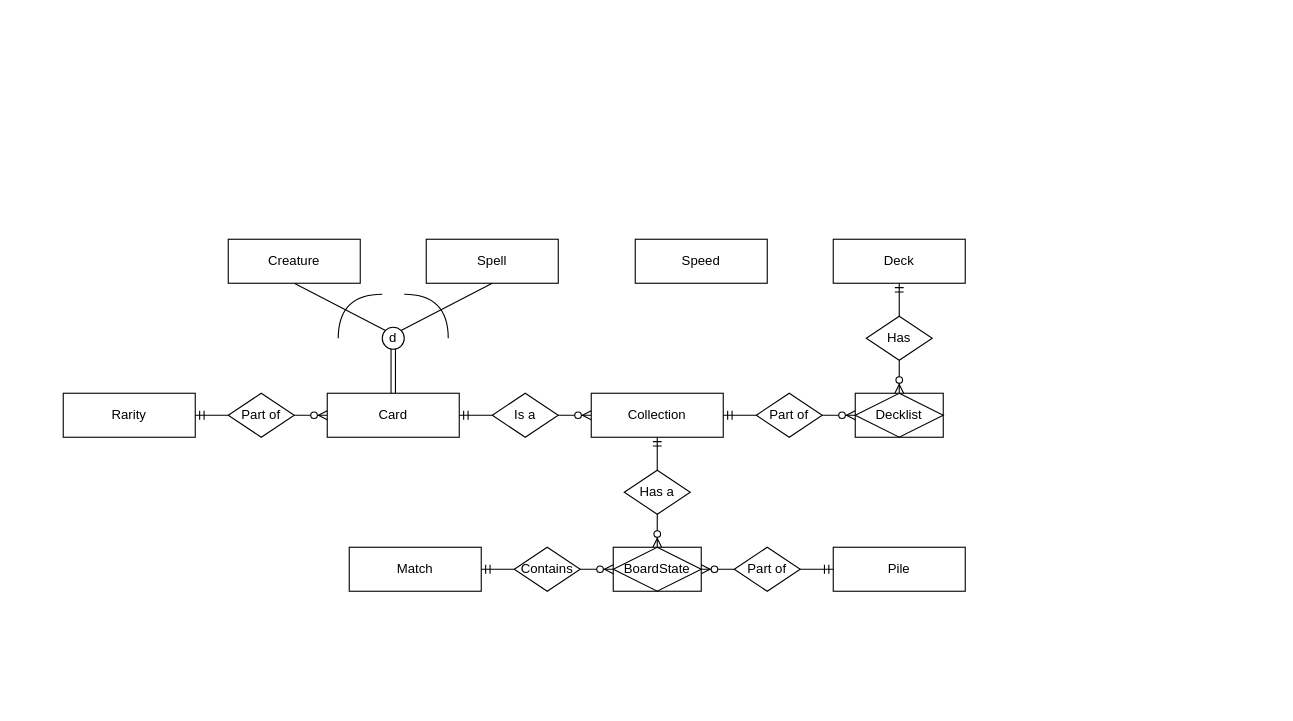
Earlier version of the draw.io diagram Database/ER Diagram.drawio (ZijunZheng/SPU_CSC3220_W25_T0). Source tidied: cells renumbered, new cells numbered last; positions are measured from the earlier drawing's top-left corner, leaving out a move shared by most shapes. Both pictures are drawn from the tidied source at 110%, with x=0, y=0 at pixel (63, 239).
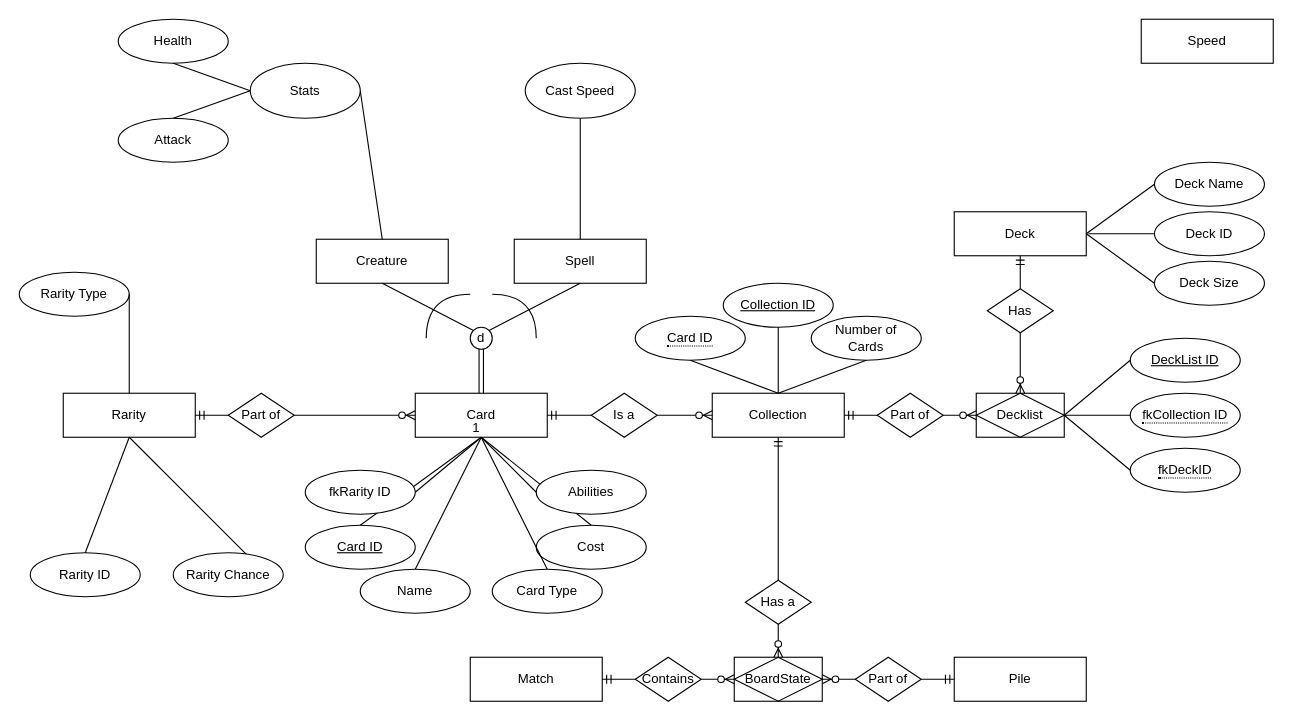
The same diagram, later.

Unchanged cells that the change refers to:
```xml
<mxCell id="7" value="Rarity" style="whiteSpace=wrap;html=1;align=center;" parent="1" vertex="1">
  <mxGeometry y="140" width="120" height="40" as="geometry" />
</mxCell>
```

The edit, as a diff of the source:
```diff
@@
     <mxCell id="2" value="Collection" style="whiteSpace=wrap;html=1;align=center;" parent="1" vertex="1">
-      <mxGeometry x="480" y="140" width="120" height="40" as="geometry" />
+      <mxGeometry x="590" y="140" width="120" height="40" as="geometry" />
     </mxCell>
     <mxCell id="3" value="BoardState" style="shape=associativeEntity;whiteSpace=wrap;html=1;align=center;" parent="1" vertex="1">
-      <mxGeometry x="500" y="280" width="80" height="40" as="geometry" />
+      <mxGeometry x="610" y="380" width="80" height="40" as="geometry" />
     </mxCell>
     <mxCell id="4" value="Card" style="whiteSpace=wrap;html=1;align=center;" parent="1" vertex="1">
-      <mxGeometry x="240" y="140" width="120" height="40" as="geometry" />
+      <mxGeometry x="320" y="140" width="120" height="40" as="geometry" />
     </mxCell>
     <mxCell id="5" value="Deck" style="whiteSpace=wrap;html=1;align=center;" parent="1" vertex="1">
-      <mxGeometry x="700" width="120" height="40" as="geometry" />
+      <mxGeometry x="810" y="-25" width="120" height="40" as="geometry" />
     </mxCell>
     <mxCell id="6" value="Pile" style="whiteSpace=wrap;html=1;align=center;" parent="1" vertex="1">
-      <mxGeometry x="700" y="280" width="120" height="40" as="geometry" />
+      <mxGeometry x="810" y="380" width="120" height="40" as="geometry" />
     </mxCell>
@@
     <mxCell id="8" value="Decklist" style="shape=associativeEntity;whiteSpace=wrap;html=1;align=center;" parent="1" vertex="1">
-      <mxGeometry x="720" y="140" width="80" height="40" as="geometry" />
+      <mxGeometry x="830" y="140" width="80" height="40" as="geometry" />
     </mxCell>
     <mxCell id="9" value="Match" style="whiteSpace=wrap;html=1;align=center;" parent="1" vertex="1">
-      <mxGeometry x="260" y="280" width="120" height="40" as="geometry" />
+      <mxGeometry x="370" y="380" width="120" height="40" as="geometry" />
     </mxCell>
     <mxCell id="10" value="Part of" style="shape=rhombus;perimeter=rhombusPerimeter;whiteSpace=wrap;html=1;align=center;" parent="1" vertex="1">
-      <mxGeometry x="630" y="140" width="60" height="40" as="geometry" />
+      <mxGeometry x="740" y="140" width="60" height="40" as="geometry" />
     </mxCell>
@@
     <mxCell id="12" value="Has" style="shape=rhombus;perimeter=rhombusPerimeter;whiteSpace=wrap;html=1;align=center;" parent="1" vertex="1">
-      <mxGeometry x="730" y="70" width="60" height="40" as="geometry" />
+      <mxGeometry x="840" y="45" width="60" height="40" as="geometry" />
     </mxCell>
@@
     <mxCell id="14" value="Contains" style="shape=rhombus;perimeter=rhombusPerimeter;whiteSpace=wrap;html=1;align=center;" parent="1" vertex="1">
-      <mxGeometry x="410" y="280" width="60" height="40" as="geometry" />
+      <mxGeometry x="520" y="380" width="60" height="40" as="geometry" />
     </mxCell>
     <mxCell id="15" value="Part of" style="shape=rhombus;perimeter=rhombusPerimeter;whiteSpace=wrap;html=1;align=center;" parent="1" vertex="1">
-      <mxGeometry x="610" y="280" width="60" height="40" as="geometry" />
+      <mxGeometry x="720" y="380" width="60" height="40" as="geometry" />
     </mxCell>
     <mxCell id="16" value="Has a" style="shape=rhombus;perimeter=rhombusPerimeter;whiteSpace=wrap;html=1;align=center;" parent="1" vertex="1">
-      <mxGeometry x="510" y="210" width="60" height="40" as="geometry" />
+      <mxGeometry x="620" y="310" width="60" height="40" as="geometry" />
     </mxCell>
     <mxCell id="17" style="fontSize=12;html=1;endArrow=ERzeroToMany;endFill=1;rounded=0;exitX=0;exitY=0.5;exitDx=0;exitDy=0;" parent="1" edge="1" source="15">
       <mxGeometry relative="1" as="geometry">
-        <mxPoint x="580" y="300" as="targetPoint" />
+        <mxPoint x="690" y="400" as="targetPoint" />
       </mxGeometry>
     </mxCell>
@@
     <mxCell id="19" style="edgeStyle=entityRelationEdgeStyle;fontSize=12;html=1;endArrow=ERzeroToMany;endFill=1;rounded=0;entryX=0;entryY=0.5;entryDx=0;entryDy=0;exitX=1;exitY=0.5;exitDx=0;exitDy=0;endSize=6;jumpSize=5;strokeColor=default;arcSize=10;" parent="1" edge="1" source="14" target="3">
       <mxGeometry relative="1" as="geometry">
         <Array as="points">
-          <mxPoint x="430" y="300" />
+          <mxPoint x="540" y="400" />
         </Array>
       </mxGeometry>
     </mxCell>
@@
     <mxCell id="26" value="Is a" style="shape=rhombus;perimeter=rhombusPerimeter;whiteSpace=wrap;html=1;align=center;" parent="1" vertex="1">
-      <mxGeometry x="390" y="140" width="60" height="40" as="geometry" />
+      <mxGeometry x="480" y="140" width="60" height="40" as="geometry" />
     </mxCell>
@@
     <mxCell id="31" value="Spell" style="whiteSpace=wrap;html=1;align=center;" parent="1" vertex="1">
-      <mxGeometry x="330" width="120" height="40" as="geometry" />
+      <mxGeometry x="410" width="120" height="40" as="geometry" />
     </mxCell>
     <mxCell id="32" value="Creature" style="whiteSpace=wrap;html=1;align=center;" parent="1" vertex="1">
-      <mxGeometry x="150" width="120" height="40" as="geometry" />
+      <mxGeometry x="230" width="120" height="40" as="geometry" />
     </mxCell>
     <mxCell id="33" value="Speed" style="whiteSpace=wrap;html=1;align=center;" parent="1" vertex="1">
-      <mxGeometry x="520" width="120" height="40" as="geometry" />
+      <mxGeometry x="980" y="-200" width="120" height="40" as="geometry" />
     </mxCell>
     <mxCell id="34" value="d" style="ellipse;whiteSpace=wrap;html=1;align=center;" parent="1" vertex="1">
-      <mxGeometry x="290" y="80" width="20" height="20" as="geometry" />
+      <mxGeometry x="370" y="80" width="20" height="20" as="geometry" />
     </mxCell>
@@
     <mxCell id="38" style="endArrow=none;html=1;rounded=0;edgeStyle=orthogonalEdgeStyle;curved=1;" parent="1" edge="1">
       <mxGeometry relative="1" as="geometry">
-        <mxPoint x="250" y="90" as="sourcePoint" />
-        <mxPoint x="290" y="50" as="targetPoint" />
+        <mxPoint x="330" y="90" as="sourcePoint" />
+        <mxPoint x="370" y="50" as="targetPoint" />
         <Array as="points">
-          <mxPoint x="250" y="50" />
+          <mxPoint x="330" y="50" />
         </Array>
       </mxGeometry>
     </mxCell>
     <mxCell id="39" style="endArrow=none;html=1;rounded=0;edgeStyle=orthogonalEdgeStyle;curved=1;" parent="1" edge="1">
       <mxGeometry relative="1" as="geometry">
-        <mxPoint x="350" y="90" as="sourcePoint" />
-        <mxPoint x="310" y="50" as="targetPoint" />
+        <mxPoint x="430" y="90" as="sourcePoint" />
+        <mxPoint x="390" y="50" as="targetPoint" />
         <Array as="points">
-          <mxPoint x="350" y="50" />
+          <mxPoint x="430" y="50" />
         </Array>
       </mxGeometry>
     </mxCell>
+    <mxCell id="40" style="endArrow=none;html=1;rounded=0;exitX=1;exitY=0.5;exitDx=0;exitDy=0;entryX=0.5;entryY=0;entryDx=0;entryDy=0;" parent="1" edge="1" source="41" target="32">
+      <mxGeometry relative="1" as="geometry" />
+    </mxCell>
+    <mxCell id="41" value="Stats" style="ellipse;whiteSpace=wrap;html=1;align=center;" parent="1" vertex="1">
+      <mxGeometry x="170" y="-160" width="100" height="50" as="geometry" />
+    </mxCell>
+    <mxCell id="42" value="Attack" style="ellipse;whiteSpace=wrap;html=1;align=center;" parent="1" vertex="1">
+      <mxGeometry x="50" y="-110" width="100" height="40" as="geometry" />
+    </mxCell>
+    <mxCell id="43" value="Health" style="ellipse;whiteSpace=wrap;html=1;align=center;" parent="1" vertex="1">
+      <mxGeometry x="50" y="-200" width="100" height="40" as="geometry" />
+    </mxCell>
+    <mxCell id="44" style="endArrow=none;html=1;rounded=0;exitX=0.5;exitY=1;exitDx=0;exitDy=0;entryX=0;entryY=0.5;entryDx=0;entryDy=0;" parent="1" edge="1" source="43" target="41">
+      <mxGeometry relative="1" as="geometry" />
+    </mxCell>
+    <mxCell id="45" style="endArrow=none;html=1;rounded=0;exitX=0.5;exitY=0;exitDx=0;exitDy=0;entryX=0;entryY=0.5;entryDx=0;entryDy=0;" parent="1" edge="1" source="42" target="41">
+      <mxGeometry relative="1" as="geometry" />
+    </mxCell>
+    <mxCell id="46" style="endArrow=none;html=1;rounded=0;entryX=0.5;entryY=1;entryDx=0;entryDy=0;" parent="1" edge="1" source="31" target="47">
+      <mxGeometry relative="1" as="geometry" />
+    </mxCell>
+    <mxCell id="47" value="Cast Speed" style="ellipse;whiteSpace=wrap;html=1;align=center;" parent="1" vertex="1">
+      <mxGeometry x="420" y="-160" width="100" height="50" as="geometry" />
+    </mxCell>
+    <mxCell id="48" style="endArrow=none;html=1;rounded=0;exitX=0.5;exitY=0;exitDx=0;exitDy=0;" parent="1" edge="1">
+      <mxGeometry relative="1" as="geometry">
+        <mxPoint x="185" y="305" as="sourcePoint" />
+        <mxPoint x="60" y="180" as="targetPoint" />
+      </mxGeometry>
+    </mxCell>
+    <mxCell id="49" value="Rarity Type" style="ellipse;whiteSpace=wrap;html=1;align=center;" parent="1" vertex="1">
+      <mxGeometry x="-40" y="30" width="100" height="40" as="geometry" />
+    </mxCell>
+    <mxCell id="50" style="endArrow=none;html=1;rounded=0;exitX=1;exitY=0.5;exitDx=0;exitDy=0;" parent="1" edge="1" source="49">
+      <mxGeometry relative="1" as="geometry">
+        <mxPoint x="60" y="140" as="targetPoint" />
+      </mxGeometry>
+    </mxCell>
+    <mxCell id="51" value="Rarity ID" style="ellipse;whiteSpace=wrap;html=1;align=center;" parent="1" vertex="1">
+      <mxGeometry x="-30" y="285" width="100" height="40" as="geometry" />
+    </mxCell>
+    <mxCell id="52" style="endArrow=none;html=1;rounded=0;entryX=0.5;entryY=1;entryDx=0;entryDy=0;exitX=0.5;exitY=0;exitDx=0;exitDy=0;" parent="1" edge="1" source="51" target="7">
+      <mxGeometry relative="1" as="geometry" />
+    </mxCell>
+    <mxCell id="53" value="Rarity Chance" style="ellipse;whiteSpace=wrap;html=1;align=center;" parent="1" vertex="1">
+      <mxGeometry x="100" y="285" width="100" height="40" as="geometry" />
+    </mxCell>
+    <mxCell id="54" value="Cost" style="ellipse;whiteSpace=wrap;html=1;align=center;" parent="1" vertex="1">
+      <mxGeometry x="430" y="260" width="100" height="40" as="geometry" />
+    </mxCell>
+    <mxCell id="55" value="Name" style="ellipse;whiteSpace=wrap;html=1;align=center;" parent="1" vertex="1">
+      <mxGeometry x="270" y="300" width="100" height="40" as="geometry" />
+    </mxCell>
+    <mxCell id="56" style="endArrow=none;html=1;rounded=0;entryX=0.5;entryY=1;entryDx=0;entryDy=0;exitX=0.5;exitY=0;exitDx=0;exitDy=0;" parent="1" edge="1" source="55" target="4">
+      <mxGeometry relative="1" as="geometry" />
+    </mxCell>
+    <mxCell id="57" value="1" style="html=1;whiteSpace=wrap;align=right;verticalAlign=bottom;" parent="56" vertex="1">
+      <mxGeometry x="1" relative="1" as="geometry" />
+    </mxCell>
+    <mxCell id="58" style="endArrow=none;html=1;rounded=0;entryX=0.5;entryY=1;entryDx=0;entryDy=0;exitX=0.5;exitY=0;exitDx=0;exitDy=0;" parent="1" edge="1" source="54" target="4">
+      <mxGeometry relative="1" as="geometry" />
+    </mxCell>
+    <mxCell id="59" value="Abilities" style="ellipse;whiteSpace=wrap;html=1;align=center;" parent="1" vertex="1">
+      <mxGeometry x="430" y="210" width="100" height="40" as="geometry" />
+    </mxCell>
+    <mxCell id="60" style="endArrow=none;html=1;rounded=0;exitX=0;exitY=0.5;exitDx=0;exitDy=0;entryX=0.5;entryY=1;entryDx=0;entryDy=0;" parent="1" edge="1" source="59" target="4">
+      <mxGeometry relative="1" as="geometry" />
+    </mxCell>
+    <mxCell id="61" value="&lt;u&gt;Card ID&lt;/u&gt;" style="ellipse;whiteSpace=wrap;html=1;align=center;" parent="1" vertex="1">
+      <mxGeometry x="220" y="260" width="100" height="40" as="geometry" />
+    </mxCell>
+    <mxCell id="62" style="endArrow=none;html=1;rounded=0;entryX=0.5;entryY=0;entryDx=0;entryDy=0;exitX=0.5;exitY=1;exitDx=0;exitDy=0;" parent="1" edge="1" source="4" target="61">
+      <mxGeometry relative="1" as="geometry" />
+    </mxCell>
+    <mxCell id="63" value="fkRarity ID" style="ellipse;whiteSpace=wrap;html=1;align=center;" parent="1" vertex="1">
+      <mxGeometry x="220" y="210" width="100" height="40" as="geometry" />
+    </mxCell>
+    <mxCell id="64" style="endArrow=none;html=1;rounded=0;exitX=0.5;exitY=1;exitDx=0;exitDy=0;entryX=1;entryY=0.5;entryDx=0;entryDy=0;" parent="1" edge="1" source="4" target="63">
+      <mxGeometry relative="1" as="geometry" />
+    </mxCell>
+    <mxCell id="65" value="Card Type" style="ellipse;whiteSpace=wrap;html=1;align=center;" parent="1" vertex="1">
+      <mxGeometry x="390" y="300" width="100" height="40" as="geometry" />
+    </mxCell>
+    <mxCell id="66" style="endArrow=none;html=1;rounded=0;exitX=0.5;exitY=1;exitDx=0;exitDy=0;entryX=0.5;entryY=0;entryDx=0;entryDy=0;" parent="1" edge="1" source="4" target="65">
+      <mxGeometry relative="1" as="geometry" />
+    </mxCell>
+    <mxCell id="67" value="Collection ID" style="ellipse;whiteSpace=wrap;html=1;align=center;fontStyle=4;" parent="1" vertex="1">
+      <mxGeometry x="600" y="40" width="100" height="40" as="geometry" />
+    </mxCell>
+    <mxCell id="68" value="&lt;span style=&quot;border-bottom: 1px dotted&quot;&gt;Card ID&lt;/span&gt;" style="ellipse;whiteSpace=wrap;html=1;align=center;" parent="1" vertex="1">
+      <mxGeometry x="520" y="70" width="100" height="40" as="geometry" />
+    </mxCell>
+    <mxCell id="69" value="Number of&lt;div&gt;Cards&lt;/div&gt;" style="ellipse;whiteSpace=wrap;html=1;align=center;" parent="1" vertex="1">
+      <mxGeometry x="680" y="70" width="100" height="40" as="geometry" />
+    </mxCell>
+    <mxCell id="70" style="endArrow=none;html=1;rounded=0;entryX=0.5;entryY=1;entryDx=0;entryDy=0;exitX=0.5;exitY=0;exitDx=0;exitDy=0;" parent="1" edge="1" source="2" target="68">
+      <mxGeometry relative="1" as="geometry" />
+    </mxCell>
+    <mxCell id="71" style="endArrow=none;html=1;rounded=0;exitX=0.5;exitY=1;exitDx=0;exitDy=0;entryX=0.5;entryY=0;entryDx=0;entryDy=0;" parent="1" edge="1" source="69" target="2">
+      <mxGeometry relative="1" as="geometry" />
+    </mxCell>
+    <mxCell id="72" style="endArrow=none;html=1;rounded=0;entryX=0.5;entryY=1;entryDx=0;entryDy=0;exitX=0.5;exitY=0;exitDx=0;exitDy=0;" parent="1" edge="1" source="2" target="67">
+      <mxGeometry relative="1" as="geometry" />
+    </mxCell>
+    <mxCell id="73" value="DeckList ID" style="ellipse;whiteSpace=wrap;html=1;align=center;fontStyle=4;" parent="1" vertex="1">
+      <mxGeometry x="970" y="90" width="100" height="40" as="geometry" />
+    </mxCell>
+    <mxCell id="74" value="&lt;span style=&quot;border-bottom: 1px dotted&quot;&gt;fkCollection ID&lt;/span&gt;" style="ellipse;whiteSpace=wrap;html=1;align=center;" parent="1" vertex="1">
+      <mxGeometry x="970" y="140" width="100" height="40" as="geometry" />
+    </mxCell>
+    <mxCell id="75" style="endArrow=none;html=1;rounded=0;entryX=1;entryY=0.5;entryDx=0;entryDy=0;exitX=0;exitY=0.5;exitDx=0;exitDy=0;" parent="1" edge="1" source="73" target="8">
+      <mxGeometry relative="1" as="geometry" />
+    </mxCell>
+    <mxCell id="76" value="&lt;span style=&quot;border-bottom: 1px dotted&quot;&gt;fkDeckID&lt;/span&gt;" style="ellipse;whiteSpace=wrap;html=1;align=center;" parent="1" vertex="1">
+      <mxGeometry x="970" y="190" width="100" height="40" as="geometry" />
+    </mxCell>
+    <mxCell id="77" style="endArrow=none;html=1;rounded=0;entryX=1;entryY=0.5;entryDx=0;entryDy=0;exitX=0;exitY=0.5;exitDx=0;exitDy=0;" parent="1" edge="1" source="74" target="8">
+      <mxGeometry relative="1" as="geometry" />
+    </mxCell>
+    <mxCell id="78" style="endArrow=none;html=1;rounded=0;exitX=0;exitY=0.5;exitDx=0;exitDy=0;entryX=1;entryY=0.5;entryDx=0;entryDy=0;" parent="1" edge="1" source="76" target="8">
+      <mxGeometry relative="1" as="geometry" />
+    </mxCell>
+    <mxCell id="79" value="Deck Name" style="ellipse;whiteSpace=wrap;html=1;align=center;" parent="1" vertex="1">
+      <mxGeometry x="992" y="-70" width="100" height="40" as="geometry" />
+    </mxCell>
+    <mxCell id="80" style="endArrow=none;html=1;rounded=0;entryX=0;entryY=0.5;entryDx=0;entryDy=0;exitX=1;exitY=0.5;exitDx=0;exitDy=0;" parent="1" edge="1" target="79">
+      <mxGeometry relative="1" as="geometry">
+        <mxPoint x="930" y="-5" as="sourcePoint" />
+      </mxGeometry>
+    </mxCell>
+    <mxCell id="81" value="Deck ID" style="ellipse;whiteSpace=wrap;html=1;align=center;" parent="1" vertex="1">
+      <mxGeometry x="992" y="-25" width="100" height="40" as="geometry" />
+    </mxCell>
+    <mxCell id="82" style="endArrow=none;html=1;rounded=0;entryX=0;entryY=0.5;entryDx=0;entryDy=0;" parent="1" edge="1" target="81">
+      <mxGeometry relative="1" as="geometry">
+        <mxPoint x="932" y="-5" as="sourcePoint" />
+      </mxGeometry>
+    </mxCell>
+    <mxCell id="83" value="Deck Size" style="ellipse;whiteSpace=wrap;html=1;align=center;" parent="1" vertex="1">
+      <mxGeometry x="992" y="20" width="100" height="40" as="geometry" />
+    </mxCell>
+    <mxCell id="84" style="endArrow=none;html=1;rounded=0;entryX=1;entryY=0.5;entryDx=0;entryDy=0;exitX=0;exitY=0.5;exitDx=0;exitDy=0;" parent="1" edge="1" source="83">
+      <mxGeometry relative="1" as="geometry">
+        <mxPoint x="930" y="-5" as="targetPoint" />
+      </mxGeometry>
+    </mxCell>
+    <mxCell id="85" style="edgeStyle=orthogonalEdgeStyle;rounded=0;orthogonalLoop=1;jettySize=auto;html=1;exitX=0.5;exitY=1;exitDx=0;exitDy=0;" parent="1" edge="1" source="76" target="76">
+      <mxGeometry relative="1" as="geometry" />
+    </mxCell>
```
